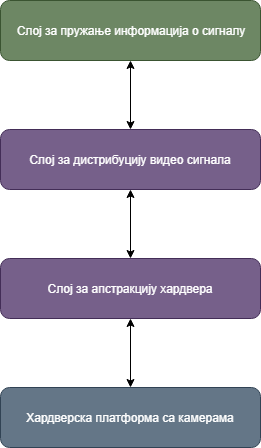
This is res/sw-arch-camera-service.png from rondor1/msc, a draw.io export, as it was before one commit. Source tidied: cells renumbered, new cells last; positions are measured from the earlier drawing's top-left corner, leaving out a move shared by most shapes.
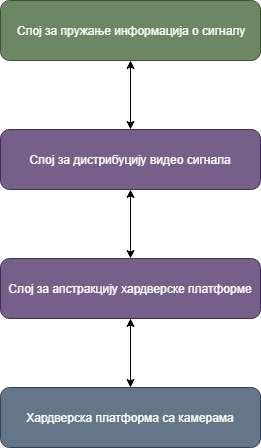
The same diagram one commit later.

Change to the diagram source:
```diff
@@ -8,7 +8,7 @@
     <mxCell id="3" value="Слој за дистрибуцију видео сигнала" style="rounded=1;whiteSpace=wrap;html=1;fillColor=#76608a;strokeColor=#432D57;fontColor=#ffffff;" parent="1" vertex="1">
       <mxGeometry y="129" width="260" height="60" as="geometry" />
     </mxCell>
-    <mxCell id="4" value="Слој за апстракцију хардвера" style="rounded=1;whiteSpace=wrap;html=1;fillColor=#76608a;strokeColor=#432D57;fontColor=#ffffff;" parent="1" vertex="1">
+    <mxCell id="4" value="Слој за апстракцију хардверске платформе" style="rounded=1;whiteSpace=wrap;html=1;fillColor=#76608a;strokeColor=#432D57;fontColor=#ffffff;" parent="1" vertex="1">
       <mxGeometry y="258" width="260" height="60" as="geometry" />
     </mxCell>
     <mxCell id="5" style="endArrow=classic;startArrow=classic;html=1;entryX=0.5;entryY=1;entryDx=0;entryDy=0;exitX=0.5;exitY=0;exitDx=0;exitDy=0;" parent="1" edge="1" source="4" target="3">
```
